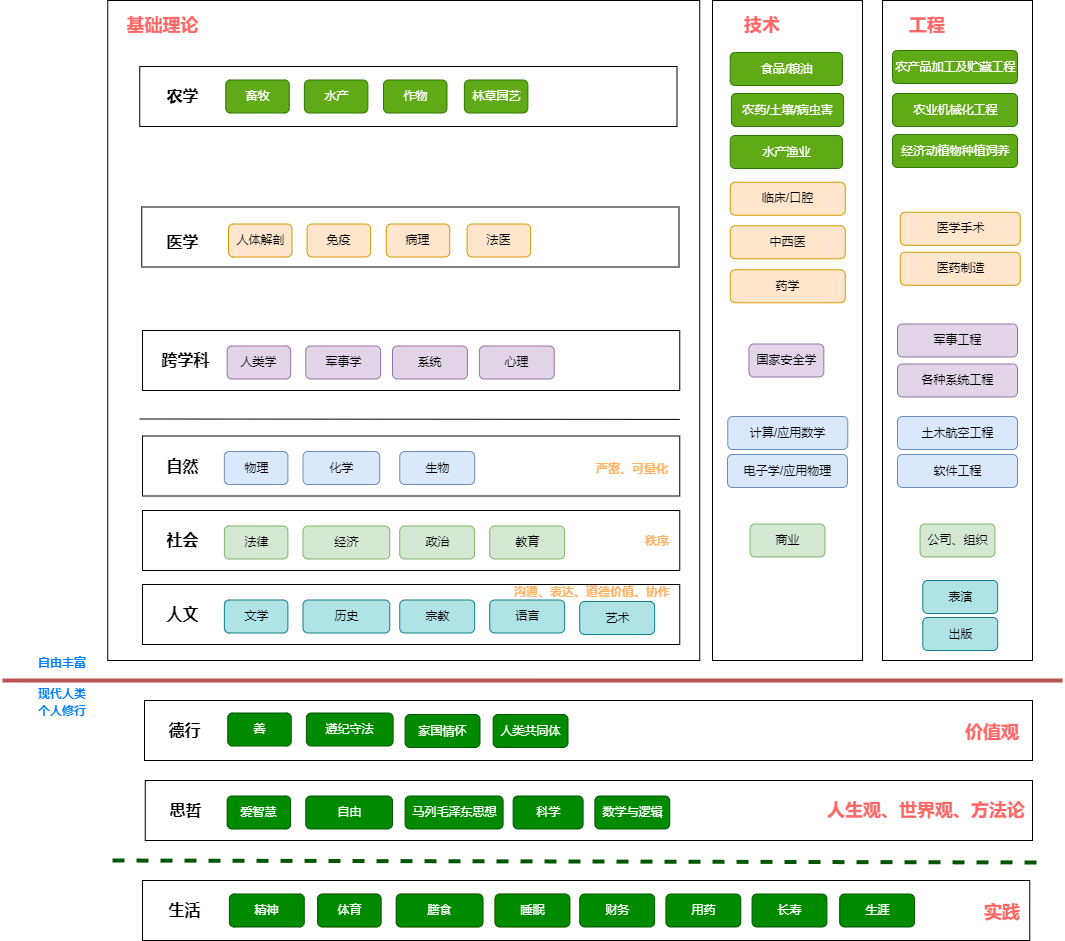
The draw.io diagram image/big-science.drawio.png in codefossil/livingbook, before a commit. Source tidied: cells renumbered, new cells last; positions are measured from the earlier drawing's top-left corner, leaving out a move shared by most shapes.
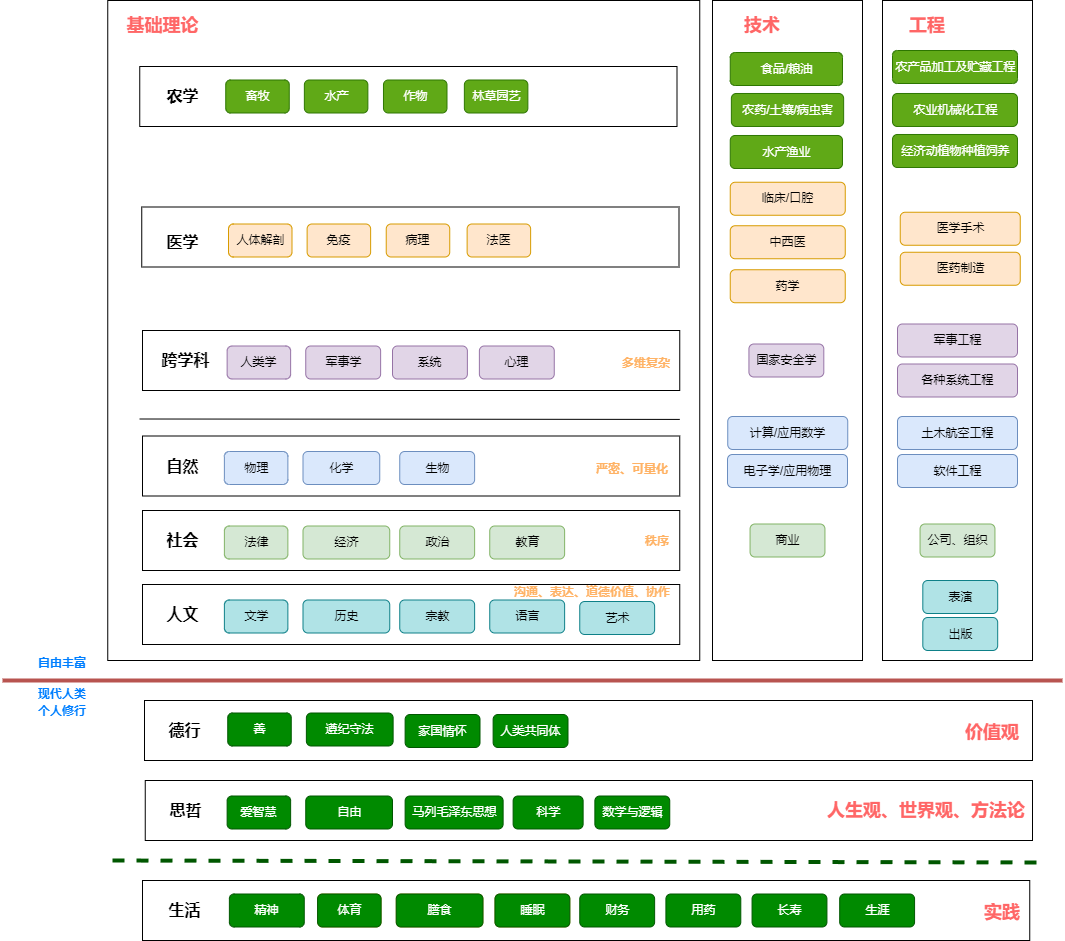
Later version of the same file.

Diff of the diagram source:
```diff
@@ -314,5 +314,8 @@
     <mxCell id="102" value="&lt;font color=&quot;#ffb366&quot;&gt;&lt;span style=&quot;font-size: 12px;&quot;&gt;&lt;b&gt;秩序&lt;/b&gt;&lt;/span&gt;&lt;/font&gt;" style="text;html=1;strokeColor=none;fillColor=none;align=right;verticalAlign=middle;whiteSpace=wrap;rounded=0;fontSize=14;fontColor=#FF6666;" parent="1" vertex="1">
       <mxGeometry x="452.2" y="525" width="217.2" height="30" as="geometry" />
     </mxCell>
+    <mxCell id="103" value="&lt;font color=&quot;#ffb366&quot;&gt;&lt;span style=&quot;font-size: 12px;&quot;&gt;&lt;b&gt;多维复杂&lt;/b&gt;&lt;/span&gt;&lt;/font&gt;" style="text;html=1;strokeColor=none;fillColor=none;align=right;verticalAlign=middle;whiteSpace=wrap;rounded=0;fontSize=14;fontColor=#FF6666;" parent="1" vertex="1">
+      <mxGeometry x="546.8" y="347" width="122.8" height="30" as="geometry" />
+    </mxCell>
   </root>
 </mxGraphModel>
```
